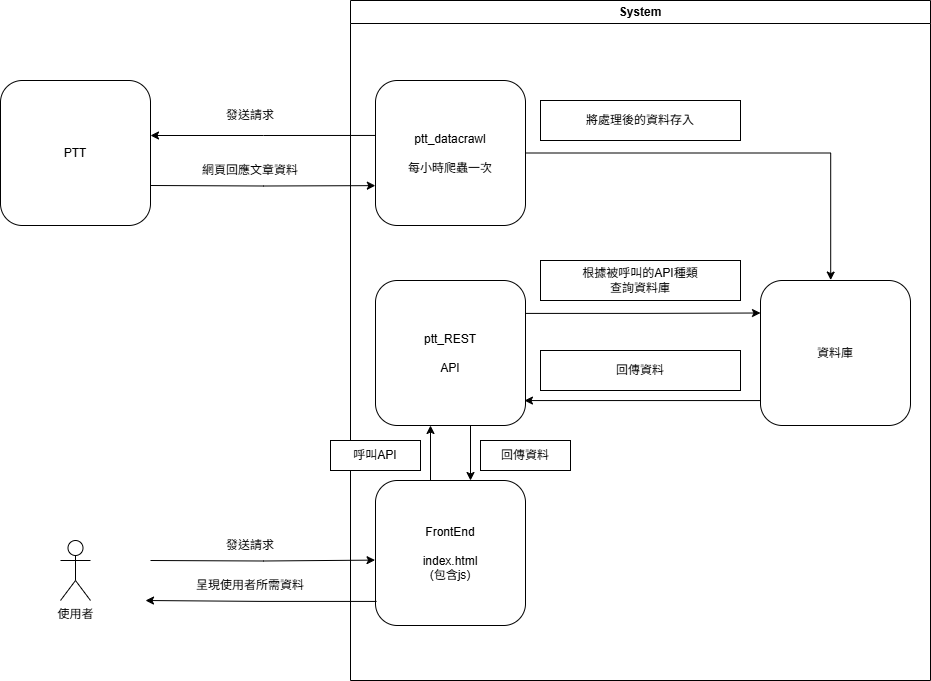
Earlier version of the draw.io export docs/drawio-pic/運作流程圖.png (Pin-Ying/celinelu-basic-training). Source tidied: cells renumbered, new cells last; positions are measured from the earlier drawing's top-left corner, leaving out a move shared by most shapes.
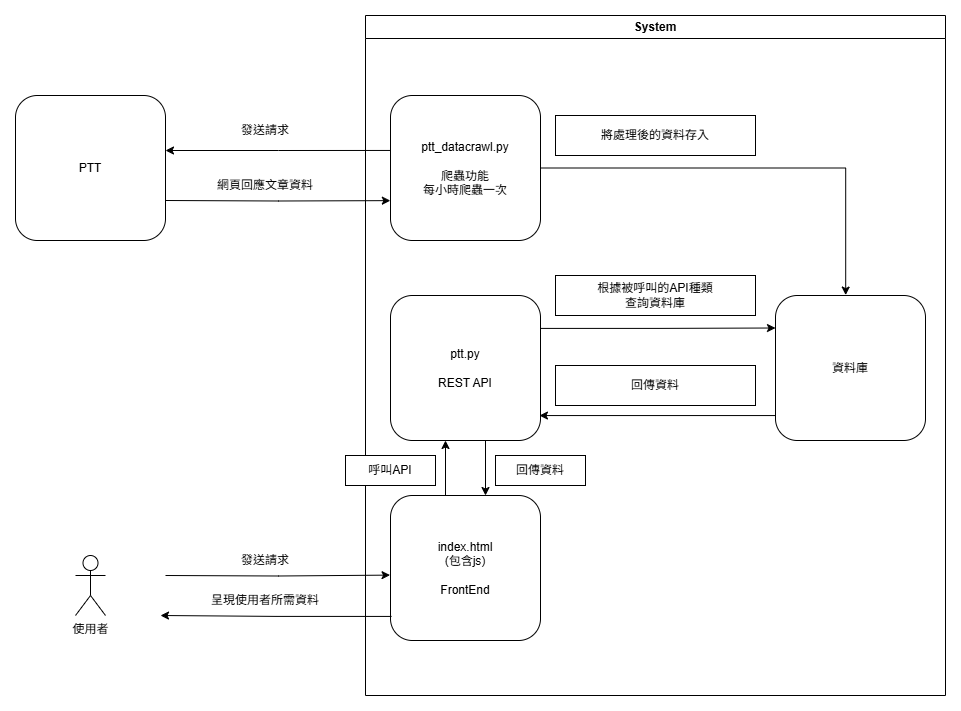
After the change.

Diff of the diagram source:
```diff
@@ -5,7 +5,7 @@
     <mxCell id="2" value="System" style="swimlane;whiteSpace=wrap;html=1;" parent="1" vertex="1">
       <mxGeometry x="350" width="580" height="680" as="geometry" />
     </mxCell>
-    <mxCell id="3" value="ptt_REST&lt;br&gt;&lt;br&gt;&lt;div&gt;API&lt;/div&gt;" style="rounded=1;whiteSpace=wrap;html=1;" parent="2" vertex="1">
+    <mxCell id="3" value="ptt.py&lt;br&gt;&lt;br&gt;&lt;div&gt;REST API&lt;/div&gt;" style="rounded=1;whiteSpace=wrap;html=1;" parent="2" vertex="1">
       <mxGeometry x="25" y="280" width="150" height="145" as="geometry" />
     </mxCell>
     <mxCell id="4" style="edgeStyle=orthogonalEdgeStyle;rounded=0;jettySize=auto;html=1;entryX=1;entryY=0.5;entryDx=0;entryDy=0;exitX=0.02;exitY=0.379;exitDx=0;exitDy=0;exitPerimeter=0;" parent="2" edge="1" source="5">
@@ -13,7 +13,7 @@
         <mxPoint x="-200" y="135" as="targetPoint" />
       </mxGeometry>
     </mxCell>
-    <mxCell id="5" value="ptt_datacrawl&lt;br&gt;&lt;div&gt;&lt;br&gt;&lt;/div&gt;&lt;div&gt;每小時爬蟲一次&lt;/div&gt;" style="rounded=1;whiteSpace=wrap;html=1;" parent="2" vertex="1">
+    <mxCell id="5" value="ptt_datacrawl.py&lt;br&gt;&lt;div&gt;&lt;br&gt;&lt;/div&gt;&lt;div&gt;爬蟲功能&lt;/div&gt;&lt;div&gt;每小時爬蟲一次&lt;/div&gt;" style="rounded=1;whiteSpace=wrap;html=1;" parent="2" vertex="1">
       <mxGeometry x="25" y="80" width="150" height="145" as="geometry" />
     </mxCell>
     <mxCell id="6" style="edgeStyle=orthogonalEdgeStyle;rounded=0;jettySize=auto;html=1;exitX=1;exitY=0.75;exitDx=0;exitDy=0;entryX=-0.001;entryY=0.725;entryDx=0;entryDy=0;entryPerimeter=0;" parent="2" edge="1" target="5">
@@ -33,7 +33,7 @@
         <mxPoint x="80" y="425" as="targetPoint" />
       </mxGeometry>
     </mxCell>
-    <mxCell id="10" value="FrontEnd&lt;div&gt;&lt;br&gt;&lt;/div&gt;&lt;div&gt;index.html&lt;/div&gt;&lt;div&gt;(包含js)&lt;/div&gt;" style="rounded=1;whiteSpace=wrap;html=1;" parent="2" vertex="1">
+    <mxCell id="10" value="&lt;div&gt;&lt;span style=&quot;background-color: transparent; color: light-dark(rgb(0, 0, 0), rgb(255, 255, 255));&quot;&gt;index.html&lt;/span&gt;&lt;/div&gt;&lt;div&gt;(包含js)&lt;/div&gt;&lt;div&gt;&lt;br&gt;&lt;/div&gt;&lt;div&gt;FrontEnd&lt;/div&gt;" style="rounded=1;whiteSpace=wrap;html=1;" parent="2" vertex="1">
       <mxGeometry x="25" y="480" width="150" height="145" as="geometry" />
     </mxCell>
     <mxCell id="11" value="呼叫API" style="text;html=1;align=center;verticalAlign=middle;whiteSpace=wrap;rounded=0;fillColor=default;strokeColor=default;" parent="2" vertex="1">
```
